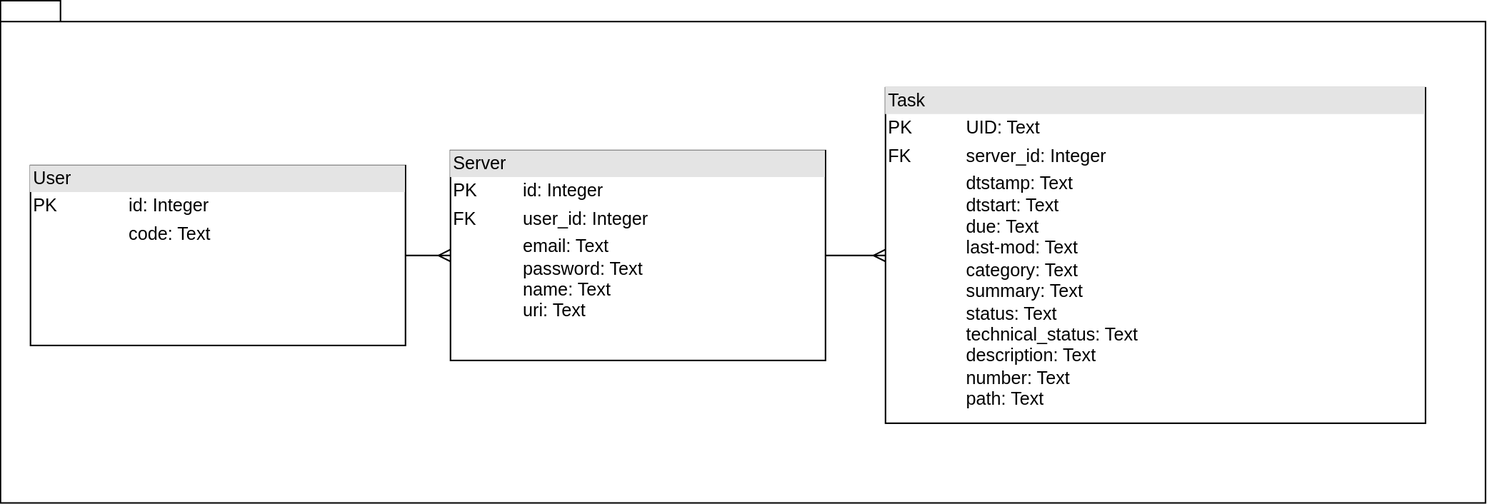
The draw.io diagram Documentation/DatabaseScheme/Images/db_scheme.svg in SUAI-TaskPlanner-Contest/TaskPlanner, before a commit. Source tidied: cells renumbered, new cells last; positions are measured from the earlier drawing's top-left corner, leaving out a move shared by most shapes.
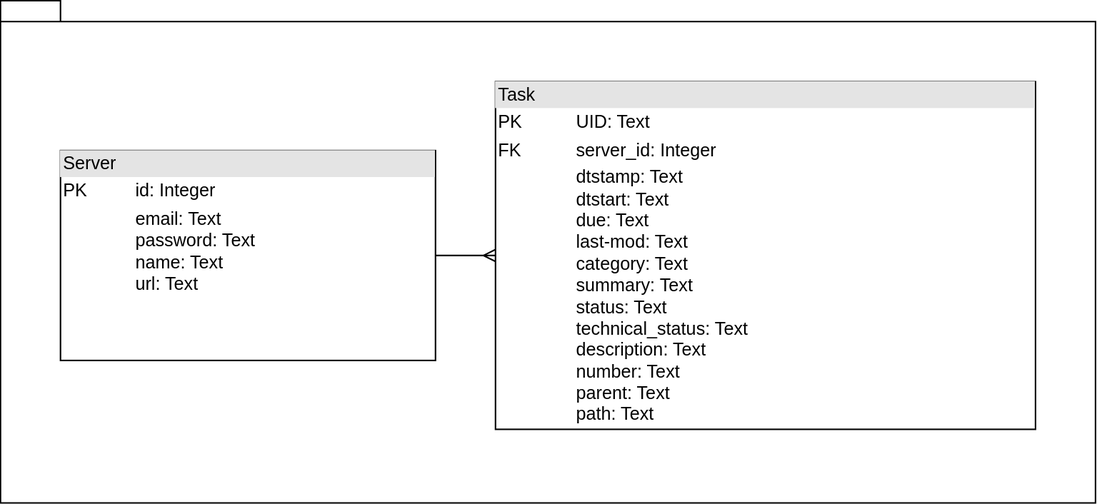
After the change.

Commit message:
update database scheme and md

The edit, as a diff of the source:
```diff
@@ -3,22 +3,16 @@
     <mxCell id="0" />
     <mxCell id="1" parent="0" />
     <mxCell id="2" style="shape=folder;fontStyle=1;spacingTop=10;tabWidth=40;tabHeight=14;tabPosition=left;html=1;" parent="1" vertex="1">
-      <mxGeometry width="990" height="335" as="geometry" />
+      <mxGeometry x="260" width="730" height="335" as="geometry" />
     </mxCell>
-    <mxCell id="3" value="&lt;div style=&quot;box-sizing:border-box;width:100%;background:#e4e4e4;padding:2px;&quot;&gt;Server&lt;/div&gt;&lt;table style=&quot;width:100%;font-size:1em;&quot; cellpadding=&quot;2&quot; cellspacing=&quot;0&quot;&gt;&lt;tbody&gt;&lt;tr&gt;&lt;td&gt;PK&lt;/td&gt;&lt;td&gt;id: Integer&lt;/td&gt;&lt;/tr&gt;&lt;tr&gt;&lt;td&gt;FK&lt;/td&gt;&lt;td&gt;user_id: Integer&lt;br&gt;&lt;/td&gt;&lt;/tr&gt;&lt;tr&gt;&lt;td&gt;&lt;br&gt;&lt;/td&gt;&lt;td&gt;email: Text&lt;br style=&quot;border-color: var(--border-color);&quot;&gt;&lt;span style=&quot;border-color: var(--border-color);&quot;&gt;password: Text&lt;/span&gt;&lt;br style=&quot;border-color: var(--border-color);&quot;&gt;&lt;span style=&quot;border-color: var(--border-color);&quot;&gt;name: Text&lt;/span&gt;&lt;br style=&quot;border-color: var(--border-color);&quot;&gt;&lt;span style=&quot;border-color: var(--border-color);&quot;&gt;uri: Text&lt;/span&gt;&lt;br&gt;&lt;/td&gt;&lt;/tr&gt;&lt;/tbody&gt;&lt;/table&gt;" style="verticalAlign=top;align=left;overflow=fill;html=1;" parent="1" vertex="1">
+    <mxCell id="3" value="&lt;div style=&quot;box-sizing:border-box;width:100%;background:#e4e4e4;padding:2px;&quot;&gt;Server&lt;/div&gt;&lt;table style=&quot;width:100%;font-size:1em;&quot; cellpadding=&quot;2&quot; cellspacing=&quot;0&quot;&gt;&lt;tbody&gt;&lt;tr&gt;&lt;td&gt;PK&lt;/td&gt;&lt;td&gt;id: Integer&lt;/td&gt;&lt;/tr&gt;&lt;tr&gt;&lt;td&gt;&lt;/td&gt;&lt;td&gt;email: Text&lt;br style=&quot;border-color: var(--border-color);&quot;&gt;password: Text&lt;br style=&quot;border-color: var(--border-color);&quot;&gt;name: Text&lt;br style=&quot;border-color: var(--border-color);&quot;&gt;url: Text&lt;br&gt;&lt;/td&gt;&lt;/tr&gt;&lt;tr&gt;&lt;td&gt;&lt;br&gt;&lt;/td&gt;&lt;td&gt;&lt;br&gt;&lt;/td&gt;&lt;/tr&gt;&lt;/tbody&gt;&lt;/table&gt;" style="verticalAlign=top;align=left;overflow=fill;html=1;" parent="1" vertex="1">
       <mxGeometry x="300" y="100" width="250" height="140" as="geometry" />
     </mxCell>
     <mxCell id="4" style="edgeStyle=entityRelationEdgeStyle;fontSize=12;html=1;endArrow=ERmany;rounded=0;exitX=1;exitY=0.5;exitDx=0;exitDy=0;entryX=0;entryY=0.5;entryDx=0;entryDy=0;" parent="1" edge="1" source="3" target="5">
       <mxGeometry relative="1" as="geometry" />
     </mxCell>
-    <mxCell id="5" value="&lt;div style=&quot;box-sizing:border-box;width:100%;background:#e4e4e4;padding:2px;&quot;&gt;Task&lt;/div&gt;&lt;table style=&quot;width:100%;font-size:1em;&quot; cellpadding=&quot;2&quot; cellspacing=&quot;0&quot;&gt;&lt;tbody&gt;&lt;tr&gt;&lt;td&gt;PK&lt;/td&gt;&lt;td&gt;UID: Text&lt;/td&gt;&lt;/tr&gt;&lt;tr&gt;&lt;td&gt;FK&lt;/td&gt;&lt;td&gt;server_id: Integer&lt;br&gt;&lt;/td&gt;&lt;/tr&gt;&lt;tr&gt;&lt;td&gt;&lt;br&gt;&lt;/td&gt;&lt;td&gt;dtstamp: Text&lt;br&gt;dtstart: Text&lt;br&gt;due: Text&lt;br&gt;last-mod: Text&lt;br&gt;category: Text&lt;br&gt;summary: Text&lt;br&gt;status: Text&lt;br&gt;technical_status: Text&lt;br&gt;description: Text&lt;br&gt;number: Text&lt;br style=&quot;border-color: var(--border-color);&quot;&gt;path: Text&amp;nbsp;&lt;br style=&quot;border-color: var(--border-color);&quot;&gt;&lt;br&gt;&lt;/td&gt;&lt;/tr&gt;&lt;/tbody&gt;&lt;/table&gt;" style="verticalAlign=top;align=left;overflow=fill;html=1;" parent="1" vertex="1">
-      <mxGeometry x="590" y="58.1" width="360" height="223.8" as="geometry" />
+    <mxCell id="5" value="&lt;div style=&quot;box-sizing:border-box;width:100%;background:#e4e4e4;padding:2px;&quot;&gt;Task&lt;/div&gt;&lt;table style=&quot;width:100%;font-size:1em;&quot; cellpadding=&quot;2&quot; cellspacing=&quot;0&quot;&gt;&lt;tbody&gt;&lt;tr&gt;&lt;td&gt;PK&lt;/td&gt;&lt;td&gt;UID: Text&lt;/td&gt;&lt;/tr&gt;&lt;tr&gt;&lt;td&gt;FK&lt;/td&gt;&lt;td&gt;server_id: Integer&lt;br&gt;&lt;/td&gt;&lt;/tr&gt;&lt;tr&gt;&lt;td&gt;&lt;br&gt;&lt;/td&gt;&lt;td&gt;dtstamp: Text&lt;br&gt;dtstart: Text&lt;br&gt;due: Text&lt;br&gt;last-mod: Text&lt;br&gt;category: Text&lt;br&gt;summary: Text&lt;br&gt;status: Text&lt;br&gt;technical_status: Text&lt;br&gt;description: Text&lt;br&gt;number: Text&lt;br&gt;parent: Text&lt;br style=&quot;border-color: var(--border-color);&quot;&gt;path: Text&amp;nbsp;&lt;br style=&quot;border-color: var(--border-color);&quot;&gt;&lt;br&gt;&lt;/td&gt;&lt;/tr&gt;&lt;/tbody&gt;&lt;/table&gt;" style="verticalAlign=top;align=left;overflow=fill;html=1;" parent="1" vertex="1">
+      <mxGeometry x="590" y="54.1" width="360" height="231.9" as="geometry" />
     </mxCell>
-    <mxCell id="6" value="&lt;div style=&quot;box-sizing:border-box;width:100%;background:#e4e4e4;padding:2px;&quot;&gt;User&lt;/div&gt;&lt;table style=&quot;width:100%;font-size:1em;&quot; cellpadding=&quot;2&quot; cellspacing=&quot;0&quot;&gt;&lt;tbody&gt;&lt;tr&gt;&lt;td&gt;PK&lt;/td&gt;&lt;td&gt;id: Integer&lt;/td&gt;&lt;/tr&gt;&lt;tr&gt;&lt;td&gt;&lt;/td&gt;&lt;td&gt;code: Text&lt;br&gt;&lt;/td&gt;&lt;/tr&gt;&lt;tr&gt;&lt;td&gt;&lt;br&gt;&lt;/td&gt;&lt;td&gt;&lt;br&gt;&lt;/td&gt;&lt;/tr&gt;&lt;/tbody&gt;&lt;/table&gt;" style="verticalAlign=top;align=left;overflow=fill;html=1;" parent="1" vertex="1">
-      <mxGeometry x="20" y="110" width="250" height="120" as="geometry" />
-    </mxCell>
-    <mxCell id="7" style="edgeStyle=entityRelationEdgeStyle;fontSize=12;html=1;endArrow=ERmany;rounded=0;exitX=1;exitY=0.5;exitDx=0;exitDy=0;entryX=0;entryY=0.5;entryDx=0;entryDy=0;" parent="1" edge="1" source="6" target="3">
-      <mxGeometry relative="1" as="geometry" />
-    </mxCell>
   </root>
 </mxGraphModel>
```
